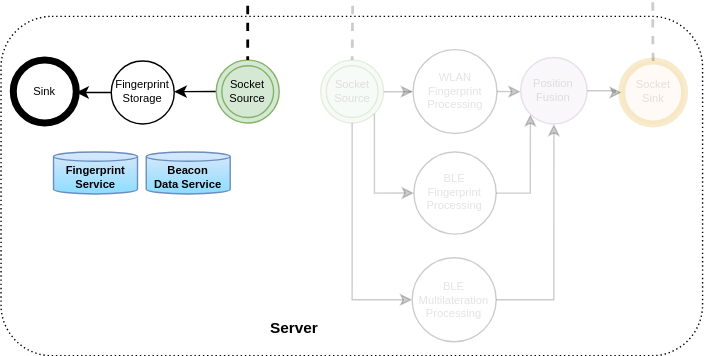
This is slides/ipin2021/images/model-server-offline.svg from OpenHPS/openhps.org, a draw.io export, as it was before one commit. Source tidied: cells renumbered, new cells last; positions are measured from the earlier drawing's top-left corner, leaving out a move shared by most shapes.
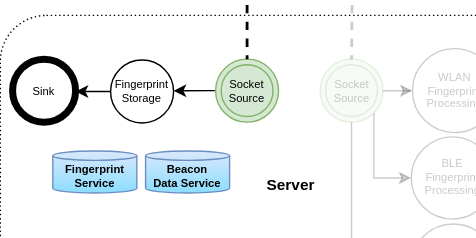
The same diagram one commit later.

Diff of the diagram source:
```diff
@@ -3,9 +3,9 @@
     <mxCell id="0" />
     <mxCell id="1" parent="0" />
     <mxCell id="2" style="rounded=1;whiteSpace=wrap;html=1;fontSize=8;dashed=1;fillColor=none;dashPattern=1 2;" parent="1" vertex="1">
-      <mxGeometry x="0.2" y="10" width="501.2" height="242.5" as="geometry" />
+      <mxGeometry x="0.2" y="10" width="501.2" height="220" as="geometry" />
     </mxCell>
-    <mxCell id="3" value="Socket&lt;br style=&quot;font-size: 8px;&quot;&gt;Sink" style="shape=ellipse;html=1;dashed=0;whitespace=wrap;strokeWidth=5;perimeter=ellipsePerimeter;fontSize=8;fillColor=#ffe6cc;strokeColor=#d79b00;opacity=20;textOpacity=10;" parent="1" vertex="1">
+    <mxCell id="3" value="Socket&lt;br style=&quot;font-size: 8px;&quot;&gt;Sink" style="shape=ellipse;html=1;dashed=0;whitespace=wrap;strokeWidth=5;perimeter=ellipsePerimeter;fontSize=8;fillColor=#ffe6cc;strokeColor=#d79b00;opacity=20;textOpacity=20;" parent="1" vertex="1">
       <mxGeometry x="443.7" y="41.9" width="45" height="45" as="geometry" />
     </mxCell>
     <mxCell id="4" style="edgeStyle=orthogonalEdgeStyle;rounded=0;jettySize=auto;html=1;exitX=0;exitY=0.5;exitDx=0;exitDy=0;entryX=1;entryY=0.5;entryDx=0;entryDy=0;startArrow=none;startFill=0;endArrow=classic;endFill=1;fontSize=8;" parent="1" edge="1" source="5" target="12">
@@ -20,14 +20,14 @@
     <mxCell id="7" style="edgeStyle=orthogonalEdgeStyle;rounded=0;jettySize=auto;html=1;exitX=1;exitY=1;exitDx=0;exitDy=0;entryX=0;entryY=0.5;entryDx=0;entryDy=0;startArrow=none;startFill=0;endArrow=classic;endFill=1;opacity=20;textOpacity=10;" parent="1" edge="1" source="9" target="24">
       <mxGeometry relative="1" as="geometry">
         <Array as="points">
-          <mxPoint x="267.5" y="136.5" />
+          <mxPoint x="267" y="126" />
         </Array>
       </mxGeometry>
     </mxCell>
     <mxCell id="8" style="edgeStyle=orthogonalEdgeStyle;rounded=0;jettySize=auto;html=1;exitX=0.5;exitY=1;exitDx=0;exitDy=0;entryX=0;entryY=0.5;entryDx=0;entryDy=0;startArrow=none;startFill=0;endArrow=classic;endFill=1;opacity=20;textOpacity=10;" parent="1" edge="1" source="9" target="20">
       <mxGeometry relative="1" as="geometry" />
     </mxCell>
-    <mxCell id="9" value="Socket&lt;br style=&quot;font-size: 8px;&quot;&gt;Source" style="ellipse;shape=doubleEllipse;html=1;dashed=0;whitespace=wrap;fontSize=8;fillColor=#d5e8d4;strokeColor=#82b366;opacity=20;textOpacity=10;" parent="1" vertex="1">
+    <mxCell id="9" value="Socket&lt;br style=&quot;font-size: 8px;&quot;&gt;Source" style="ellipse;shape=doubleEllipse;html=1;dashed=0;whitespace=wrap;fontSize=8;fillColor=#d5e8d4;strokeColor=#82b366;opacity=20;textOpacity=20;" parent="1" vertex="1">
       <mxGeometry x="228.6" y="41.2" width="45" height="45" as="geometry" />
     </mxCell>
     <mxCell id="10" style="edgeStyle=orthogonalEdgeStyle;rounded=0;jettySize=auto;html=1;entryX=0.5;entryY=0;entryDx=0;entryDy=0;dashed=1;endArrow=none;endFill=0;startArrow=none;startFill=0;fontSize=8;strokeWidth=2;" parent="1" edge="1" target="5">
@@ -60,29 +60,29 @@
     <mxCell id="17" style="edgeStyle=orthogonalEdgeStyle;rounded=0;jettySize=auto;html=1;exitX=1;exitY=0.5;exitDx=0;exitDy=0;entryX=0;entryY=0.5;entryDx=0;entryDy=0;startArrow=none;startFill=0;endArrow=classic;endFill=1;opacity=20;textOpacity=10;" parent="1" edge="1" source="18" target="22">
       <mxGeometry relative="1" as="geometry" />
     </mxCell>
-    <mxCell id="18" value="&lt;font style=&quot;font-size: 8px;&quot;&gt;WLAN Fingerprint&lt;br style=&quot;font-size: 8px;&quot;&gt;Processing&lt;br style=&quot;font-size: 8px;&quot;&gt;&lt;/font&gt;" style="ellipse;whiteSpace=wrap;html=1;fontSize=8;opacity=20;textOpacity=10;" parent="1" vertex="1">
+    <mxCell id="18" value="&lt;font style=&quot;font-size: 8px;&quot;&gt;WLAN Fingerprint&lt;br style=&quot;font-size: 8px;&quot;&gt;Processing&lt;br style=&quot;font-size: 8px;&quot;&gt;&lt;/font&gt;" style="ellipse;whiteSpace=wrap;html=1;fontSize=8;opacity=20;textOpacity=20;" parent="1" vertex="1">
       <mxGeometry x="294.6" y="33.8" width="60" height="60" as="geometry" />
     </mxCell>
     <mxCell id="19" style="edgeStyle=orthogonalEdgeStyle;rounded=0;jettySize=auto;html=1;entryX=0.5;entryY=1;entryDx=0;entryDy=0;startArrow=none;startFill=0;endArrow=classic;endFill=1;opacity=20;textOpacity=10;" parent="1" edge="1" source="20" target="22">
       <mxGeometry relative="1" as="geometry" />
     </mxCell>
-    <mxCell id="20" value="&lt;font style=&quot;font-size: 8px;&quot;&gt;BLE&lt;br style=&quot;font-size: 8px;&quot;&gt;Multilateration&lt;br style=&quot;font-size: 8px;&quot;&gt;Processing&lt;br style=&quot;font-size: 8px;&quot;&gt;&lt;/font&gt;" style="ellipse;whiteSpace=wrap;html=1;fontSize=8;opacity=20;textOpacity=10;" parent="1" vertex="1">
-      <mxGeometry x="294" y="182.5" width="60" height="60" as="geometry" />
+    <mxCell id="20" value="&lt;font style=&quot;font-size: 8px;&quot;&gt;BLE&lt;br style=&quot;font-size: 8px;&quot;&gt;Multilateration&lt;br style=&quot;font-size: 8px;&quot;&gt;Processing&lt;br style=&quot;font-size: 8px;&quot;&gt;&lt;/font&gt;" style="ellipse;whiteSpace=wrap;html=1;fontSize=8;opacity=20;textOpacity=20;" parent="1" vertex="1">
+      <mxGeometry x="293.8" y="159" width="60" height="60" as="geometry" />
     </mxCell>
     <mxCell id="21" style="edgeStyle=orthogonalEdgeStyle;rounded=0;jettySize=auto;html=1;entryX=0;entryY=0.5;entryDx=0;entryDy=0;opacity=20;textOpacity=10;" parent="1" edge="1" source="22" target="3">
       <mxGeometry relative="1" as="geometry" />
     </mxCell>
-    <mxCell id="22" value="&lt;font style=&quot;font-size: 8px;&quot;&gt;Position&lt;br style=&quot;font-size: 8px;&quot;&gt;Fusion&lt;br style=&quot;font-size: 8px;&quot;&gt;&lt;/font&gt;" style="ellipse;whiteSpace=wrap;html=1;fontSize=8;fillColor=#e1d5e7;strokeColor=#9673a6;opacity=20;textOpacity=10;" parent="1" vertex="1">
+    <mxCell id="22" value="&lt;font style=&quot;font-size: 8px;&quot;&gt;Position&lt;br style=&quot;font-size: 8px;&quot;&gt;Fusion&lt;br style=&quot;font-size: 8px;&quot;&gt;&lt;/font&gt;" style="ellipse;whiteSpace=wrap;html=1;fontSize=8;fillColor=#e1d5e7;strokeColor=#9673a6;opacity=20;textOpacity=20;" parent="1" vertex="1">
       <mxGeometry x="371.5" y="39.4" width="47.5" height="47.5" as="geometry" />
     </mxCell>
     <mxCell id="23" style="edgeStyle=orthogonalEdgeStyle;rounded=0;jettySize=auto;html=1;entryX=0;entryY=1;entryDx=0;entryDy=0;startArrow=none;startFill=0;endArrow=classic;endFill=1;opacity=20;textOpacity=10;" parent="1" edge="1" source="24" target="22">
       <mxGeometry relative="1" as="geometry" />
     </mxCell>
-    <mxCell id="24" value="&lt;font style=&quot;font-size: 8px;&quot;&gt;BLE&lt;br style=&quot;font-size: 8px;&quot;&gt;Fingerprint&lt;br style=&quot;font-size: 8px;&quot;&gt;Processing&lt;br style=&quot;font-size: 8px;&quot;&gt;&lt;/font&gt;" style="ellipse;whiteSpace=wrap;html=1;fontSize=8;opacity=20;textOpacity=10;" parent="1" vertex="1">
-      <mxGeometry x="295.2" y="106.9" width="58.8" height="58.8" as="geometry" />
+    <mxCell id="24" value="&lt;font style=&quot;font-size: 8px;&quot;&gt;BLE&lt;br style=&quot;font-size: 8px;&quot;&gt;Fingerprint&lt;br style=&quot;font-size: 8px;&quot;&gt;Processing&lt;br style=&quot;font-size: 8px;&quot;&gt;&lt;/font&gt;" style="ellipse;whiteSpace=wrap;html=1;fontSize=8;opacity=20;textOpacity=20;" parent="1" vertex="1">
+      <mxGeometry x="293.8" y="96.8" width="58.8" height="58.8" as="geometry" />
     </mxCell>
     <mxCell id="25" value="Server" style="text;html=1;strokeColor=none;fillColor=none;align=center;verticalAlign=middle;whiteSpace=wrap;rounded=0;dashed=1;dashPattern=1 2;fontStyle=1;fontSize=11;" parent="1" vertex="1">
-      <mxGeometry x="190.2" y="222.5" width="40" height="20" as="geometry" />
+      <mxGeometry x="188.4" y="121.2" width="40" height="20" as="geometry" />
     </mxCell>
     <mxCell id="26" value="Beacon&lt;br&gt;Data Service" style="shape=cylinder3;whiteSpace=wrap;html=1;boundedLbl=1;backgroundOutline=1;size=3.333343505859375;fontSize=8;strokeColor=#6c8ebf;fontStyle=1;fillColor=#DAE8FC;gradientColor=#8CDDFF;" parent="1" vertex="1">
       <mxGeometry x="104" y="106.9" width="60" height="30" as="geometry" />
```
